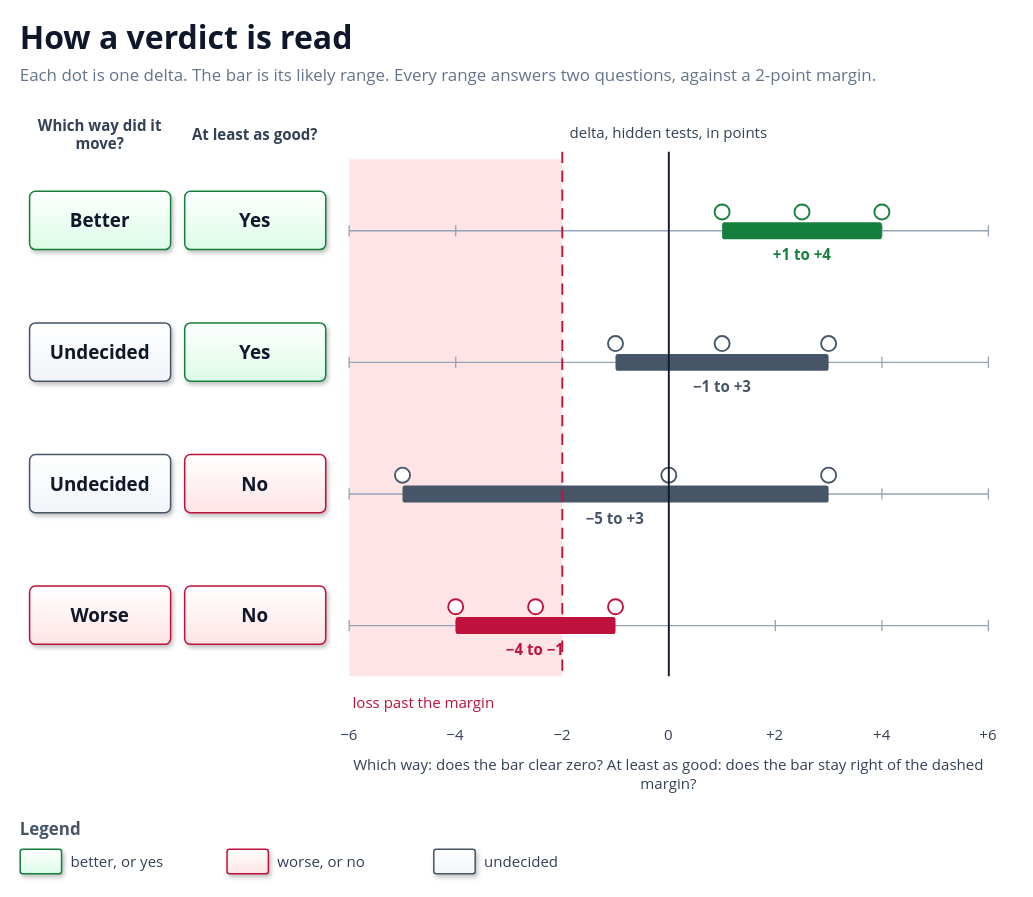
Before: docs/diagrams/verdict.drawio in solid-ai-dev/solid-ai-benchmark, a draw.io diagram. Source tidied: cells renumbered, new cells numbered last; positions are measured from the earlier drawing's top-left corner, leaving out a move shared by most shapes. Both pictures are drawn from the tidied source at 94%, with x=0, y=0 at pixel (20, 16).
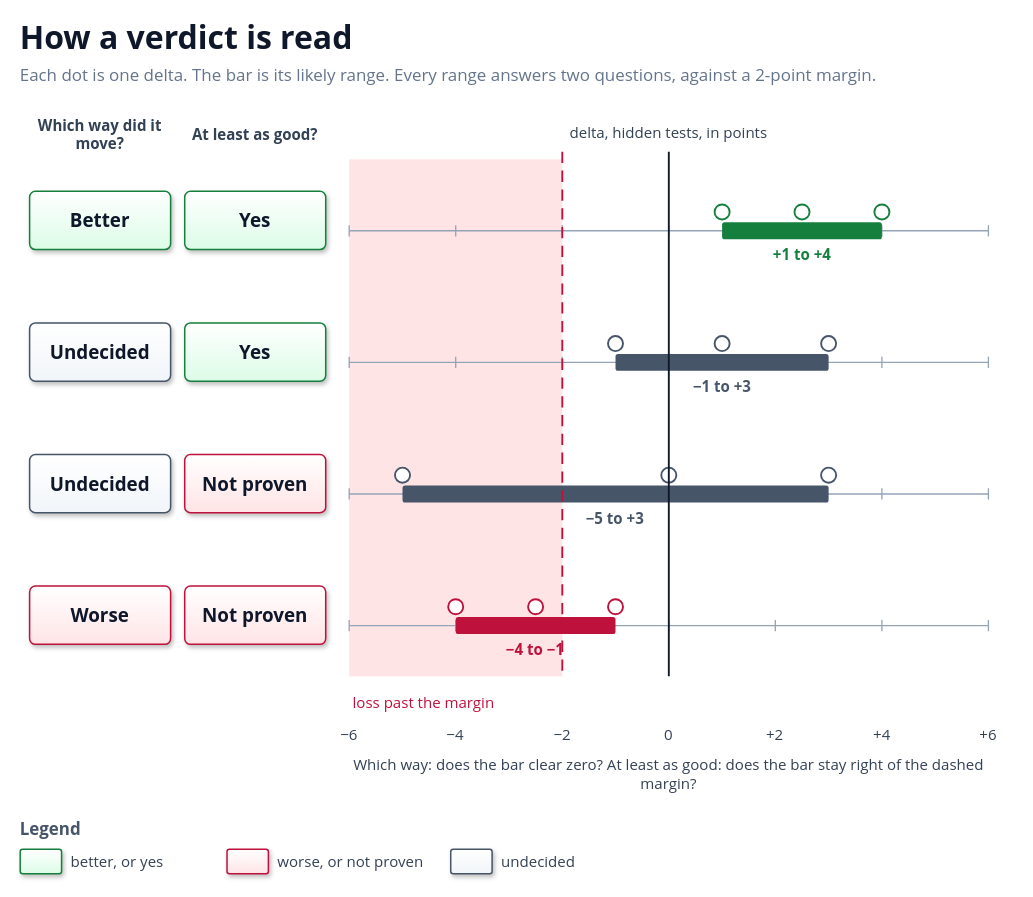
The same diagram, later.

Commit message (it also covers changes not shown here):
docs(primer): say not proven, not no, for at least as good

No read like worse. Not proven says the range could lose more than the
margin, which is all the check can say.

Claude-Session: https://claude.ai/code/session_01HVh8GVGd72WUJ3BvM7TXQn

Change to the diagram source:
```diff
@@
-    <mxCell id="39" value="&lt;b style='font-size:20px'&gt;No&lt;/b&gt;" style="rounded=1;arcSize=10;whiteSpace=wrap;html=1;fillColor=#FFE4E6;gradientColor=#FFFFFF;gradientDirection=north;strokeColor=#BE123C;strokeWidth=1.6;shadow=1;align=center;verticalAlign=middle;fontFamily=Segoe UI;fontColor=#0F172A;spacing=8;" parent="1" vertex="1">
+    <mxCell id="39" value="&lt;b style='font-size:20px'&gt;Not proven&lt;/b&gt;" style="rounded=1;arcSize=10;whiteSpace=wrap;html=1;fillColor=#FFE4E6;gradientColor=#FFFFFF;gradientDirection=north;strokeColor=#BE123C;strokeWidth=1.6;shadow=1;align=center;verticalAlign=middle;fontFamily=Segoe UI;fontColor=#0F172A;spacing=8;" parent="1" vertex="1">
       <mxGeometry x="175" y="466" width="150" height="62" as="geometry" />
     </mxCell>
@@
-    <mxCell id="54" value="&lt;b style='font-size:20px'&gt;No&lt;/b&gt;" style="rounded=1;arcSize=10;whiteSpace=wrap;html=1;fillColor=#FFE4E6;gradientColor=#FFFFFF;gradientDirection=north;strokeColor=#BE123C;strokeWidth=1.6;shadow=1;align=center;verticalAlign=middle;fontFamily=Segoe UI;fontColor=#0F172A;spacing=8;" parent="1" vertex="1">
+    <mxCell id="54" value="&lt;b style='font-size:20px'&gt;Not proven&lt;/b&gt;" style="rounded=1;arcSize=10;whiteSpace=wrap;html=1;fillColor=#FFE4E6;gradientColor=#FFFFFF;gradientDirection=north;strokeColor=#BE123C;strokeWidth=1.6;shadow=1;align=center;verticalAlign=middle;fontFamily=Segoe UI;fontColor=#0F172A;spacing=8;" parent="1" vertex="1">
       <mxGeometry x="175" y="606" width="150" height="62" as="geometry" />
     </mxCell>
@@
-    <mxCell id="83" value="worse, or no" style="text;html=1;whiteSpace=wrap;strokeColor=none;fillColor=none;align=left;verticalAlign=middle;fontFamily=Segoe UI;fontSize=16;fontColor=#334155;fontStyle=0;spacing=0;" parent="1" vertex="1">
+    <mxCell id="83" value="worse, or not proven" style="text;html=1;whiteSpace=wrap;strokeColor=none;fillColor=none;align=left;verticalAlign=middle;fontFamily=Segoe UI;fontSize=16;fontColor=#334155;fontStyle=0;spacing=0;" parent="1" vertex="1">
       <mxGeometry x="274" y="886" width="300" height="26" as="geometry" />
     </mxCell>
     <mxCell id="84" value="&lt;b style='font-size:20px'&gt;&lt;/b&gt;" style="rounded=1;arcSize=10;whiteSpace=wrap;html=1;fillColor=#F1F5F9;gradientColor=#FFFFFF;gradientDirection=north;strokeColor=#475569;strokeWidth=1.6;shadow=1;align=center;verticalAlign=middle;fontFamily=Segoe UI;fontColor=#0F172A;spacing=8;" parent="1" vertex="1">
-      <mxGeometry x="440" y="886" width="44" height="26" as="geometry" />
+      <mxGeometry x="458" y="886" width="44" height="26" as="geometry" />
     </mxCell>
     <mxCell id="85" value="undecided" style="text;html=1;whiteSpace=wrap;strokeColor=none;fillColor=none;align=left;verticalAlign=middle;fontFamily=Segoe UI;fontSize=16;fontColor=#334155;fontStyle=0;spacing=0;" parent="1" vertex="1">
-      <mxGeometry x="494" y="886" width="300" height="26" as="geometry" />
+      <mxGeometry x="512" y="886" width="300" height="26" as="geometry" />
     </mxCell>
```
